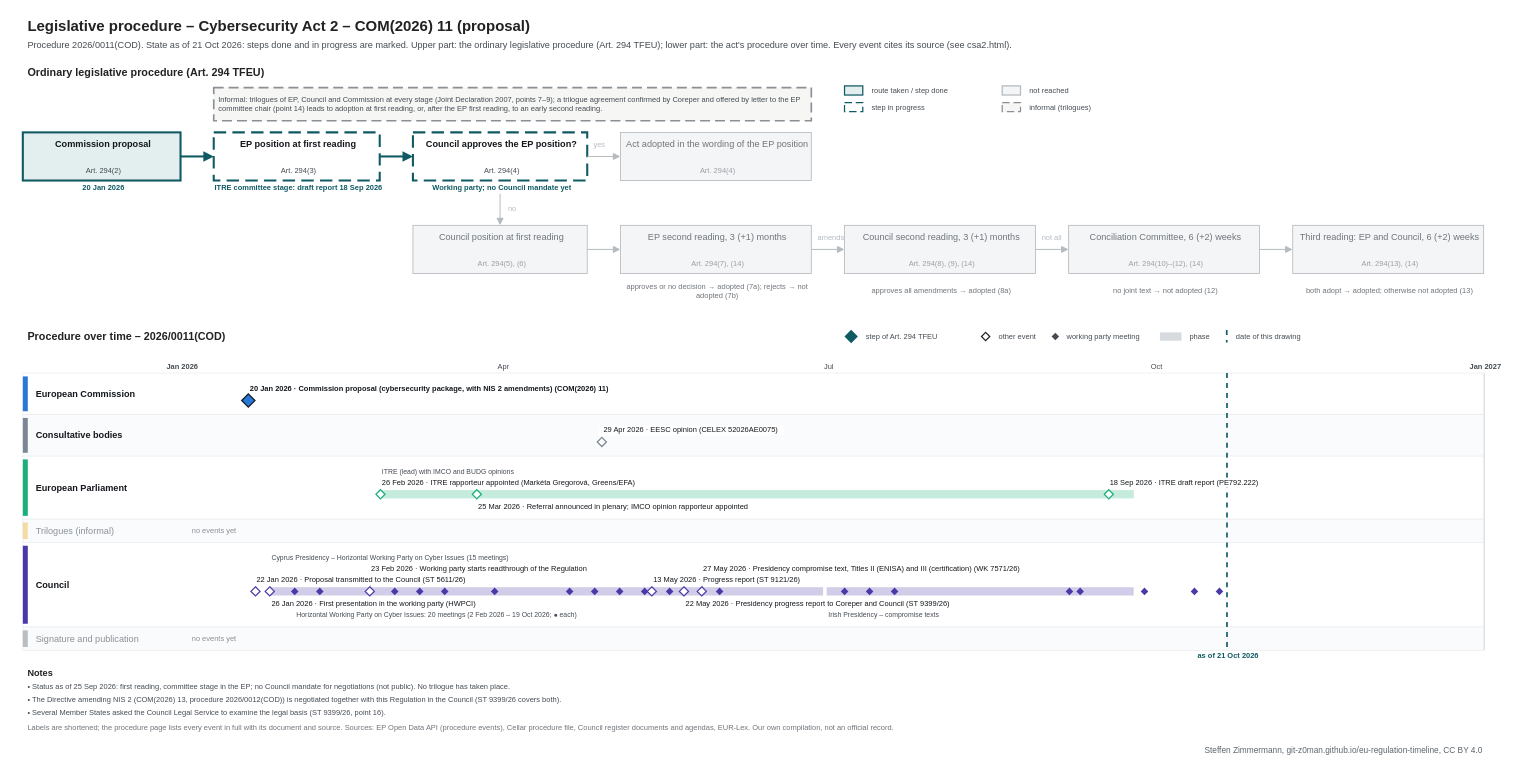
git-z0man/eu-regulation-timeline keeps this draw.io diagram as procedures/csa2.drawio. Above is the earlier version. Source tidied: cells renumbered, new cells numbered last; positions are measured from the earlier drawing's top-left corner, leaving out a move shared by most shapes. Both pictures are drawn from the tidied source at 83%, with x=0, y=0 at pixel (14, 14).
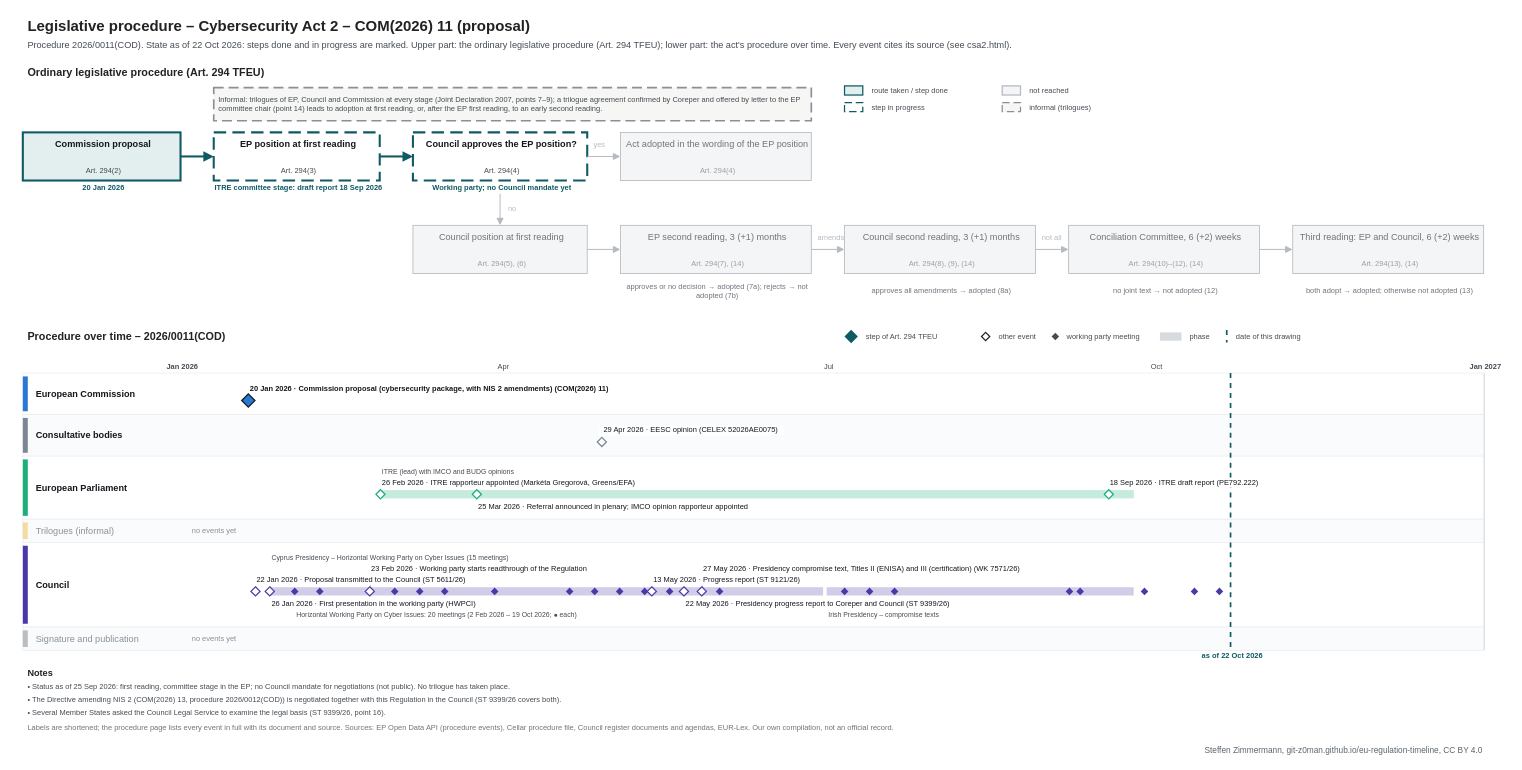
Above is the later version.

The edit, as a diff of the source:
```diff
@@
-    <mxCell id="3" value="Procedure 2026/0011(COD). State as of 21 Oct 2026: steps done and in progress are marked. Upper part: the ordinary legislative procedure (Art. 294 TFEU); lower part: the act's procedure over time. Every event cites its source (see csa2.html)." style="text;html=1;fontSize=11;fontColor=#454c53;align=left;verticalAlign=middle;spacingLeft=4;" parent="1" vertex="1">
+    <mxCell id="3" value="Procedure 2026/0011(COD). State as of 22 Oct 2026: steps done and in progress are marked. Upper part: the ordinary legislative procedure (Art. 294 TFEU); lower part: the act's procedure over time. Every event cites its source (see csa2.html)." style="text;html=1;fontSize=11;fontColor=#454c53;align=left;verticalAlign=middle;spacingLeft=4;" parent="1" vertex="1">
       <mxGeometry x="10" y="28" width="1700" height="18" as="geometry" />
     </mxCell>
@@
     <mxCell id="110" style="line;html=1;strokeWidth=2;strokeColor=#0f5a63;direction=south;dashed=1;" parent="1" vertex="1">
-      <mxGeometry x="1460.3" y="432" width="1" height="334" as="geometry" />
+      <mxGeometry x="1464.6" y="432" width="1" height="334" as="geometry" />
     </mxCell>
-    <mxCell id="111" value="as of 21 Oct 2026" style="text;html=1;fontSize=9;fontColor=#0f5a63;align=center;verticalAlign=middle;spacingLeft=4;fontStyle=1;" parent="1" vertex="1">
-      <mxGeometry x="1400.3" y="767" width="120" height="12" as="geometry" />
+    <mxCell id="111" value="as of 22 Oct 2026" style="text;html=1;fontSize=9;fontColor=#0f5a63;align=center;verticalAlign=middle;spacingLeft=4;fontStyle=1;" parent="1" vertex="1">
+      <mxGeometry x="1404.6" y="767" width="120" height="12" as="geometry" />
     </mxCell>
```
